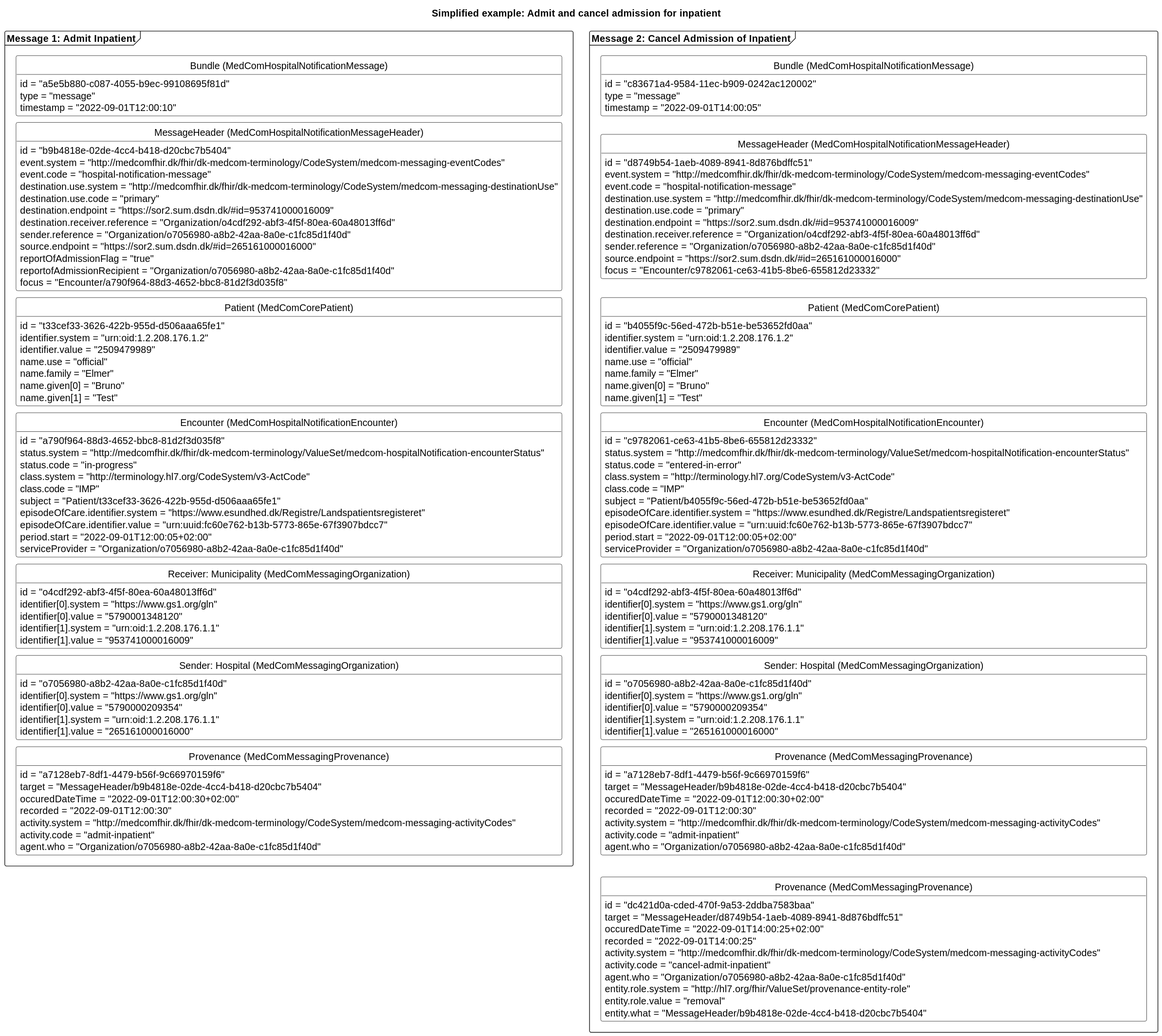
The PlantUML diagram input/images/hospitalnotification/HNAdmitEnteredInError.svg in medcomdk/dk-medcom-hospitalnotification, before a commit.
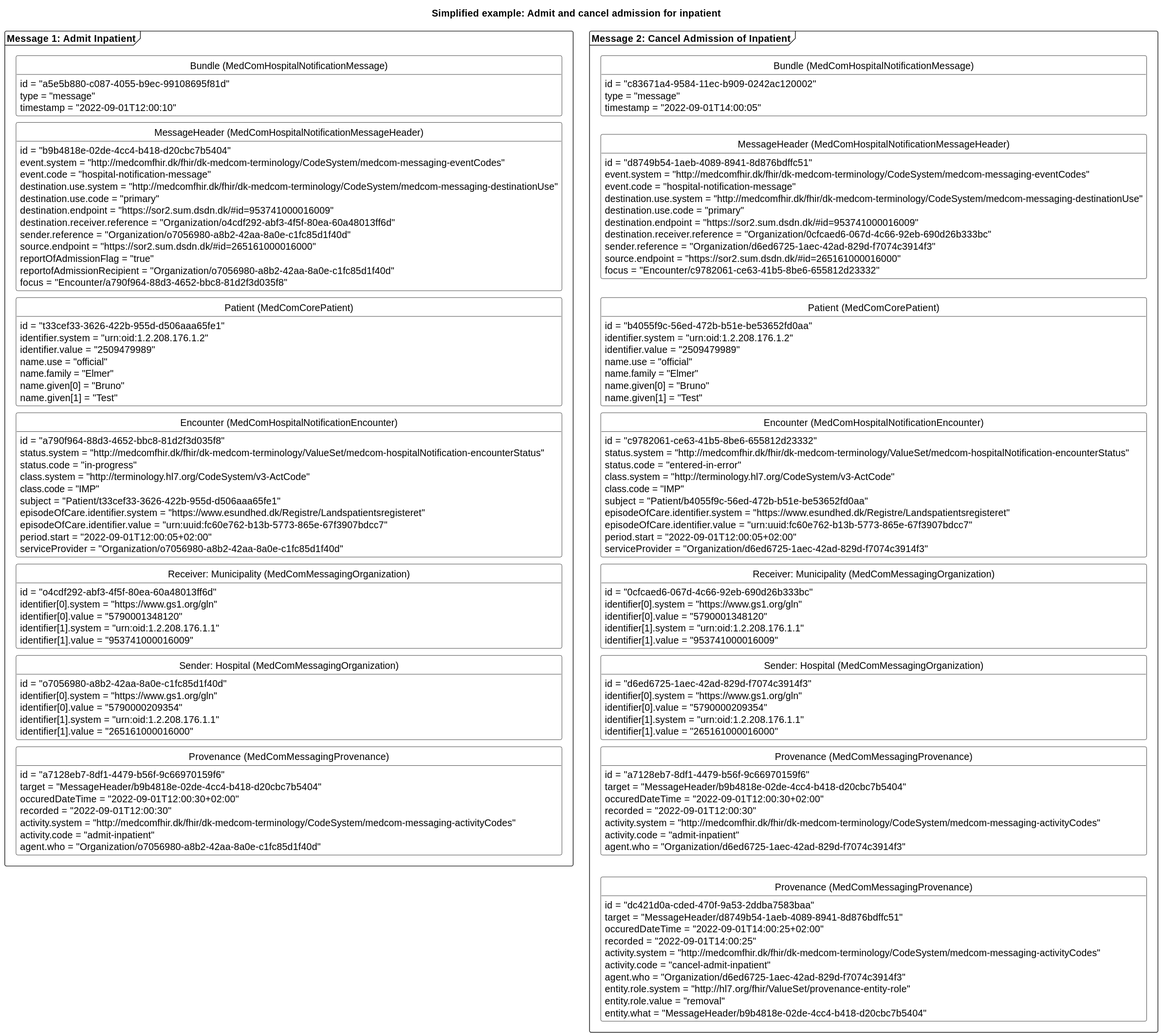
The same diagram one commit later.

What changed in the source:
```diff
@@ -99,8 +99,8 @@
         destination.use.system = "http://medcomfhir.dk/fhir/dk-medcom-terminology/CodeSystem/medcom-messaging-destinationUse"
         destination.use.code = "primary"
         destination.endpoint = "https://sor2.sum.dsdn.dk/#id=953741000016009"
-        destination.receiver.reference = "Organization/o4cdf292-abf3-4f5f-80ea-60a48013ff6d"
-        sender.reference = "Organization/o7056980-a8b2-42aa-8a0e-c1fc85d1f40d"
+        destination.receiver.reference = "Organization/0cfcaed6-067d-4c66-92eb-690d26b333bc"
+        sender.reference = "Organization/d6ed6725-1aec-42ad-829d-f7074c3914f3"
         source.endpoint = "https://sor2.sum.dsdn.dk/#id=265161000016000"
         focus = "Encounter/c9782061-ce63-41b5-8be6-655812d23332"
     }
@@ -123,17 +123,17 @@
         episodeOfCare.identifier.system = "https://www.esundhed.dk/Registre/Landspatientsregisteret"
         episodeOfCare.identifier.value = "urn:uuid:fc60e762-b13b-5773-865e-67f3907bdcc7"
         period.start = "2022-09-01T12:00:05+02:00"
-        serviceProvider = "Organization/o7056980-a8b2-42aa-8a0e-c1fc85d1f40d"
+        serviceProvider = "Organization/d6ed6725-1aec-42ad-829d-f7074c3914f3"
     }
     class "Receiver: Municipality (MedComMessagingOrganization)" as errorROrg{
-        id = "o4cdf292-abf3-4f5f-80ea-60a48013ff6d"
+        id = "0cfcaed6-067d-4c66-92eb-690d26b333bc"
         identifier[0].system = "https://www.gs1.org/gln"
         identifier[0].value = "5790001348120"
         identifier[1].system = "urn:oid:1.2.208.176.1.1"
         identifier[1].value = "953741000016009"
     }
     class "Sender: Hospital (MedComMessagingOrganization)" as errorSOrg{
-        id = "o7056980-a8b2-42aa-8a0e-c1fc85d1f40d"
+        id = "d6ed6725-1aec-42ad-829d-f7074c3914f3"
         identifier[0].system = "https://www.gs1.org/gln"
         identifier[0].value = "5790000209354"
         identifier[1].system = "urn:oid:1.2.208.176.1.1"
@@ -146,7 +146,7 @@
         recorded = "2022-09-01T12:00:30"
         activity.system = "http://medcomfhir.dk/fhir/dk-medcom-terminology/CodeSystem/medcom-messaging-activityCodes"
         activity.code = "admit-inpatient"
-        agent.who = "Organization/o7056980-a8b2-42aa-8a0e-c1fc85d1f40d"
+        agent.who = "Organization/d6ed6725-1aec-42ad-829d-f7074c3914f3"
     }
     class "Provenance (MedComMessagingProvenance)" as errorPRO{
         id = "dc421d0a-cded-470f-9a53-2ddba7583baa"
@@ -155,7 +155,7 @@
         recorded = "2022-09-01T14:00:25"
         activity.system = "http://medcomfhir.dk/fhir/dk-medcom-terminology/CodeSystem/medcom-messaging-activityCodes"
         activity.code = "cancel-admit-inpatient"
-        agent.who = "Organization/o7056980-a8b2-42aa-8a0e-c1fc85d1f40d"
+        agent.who = "Organization/d6ed6725-1aec-42ad-829d-f7074c3914f3"
         entity.role.system = "http://hl7.org/fhir/ValueSet/provenance-entity-role"
         entity.role.value = "removal"
         entity.what = "MessageHeader/b9b4818e-02de-4cc4-b418-d20cbc7b5404"
```
